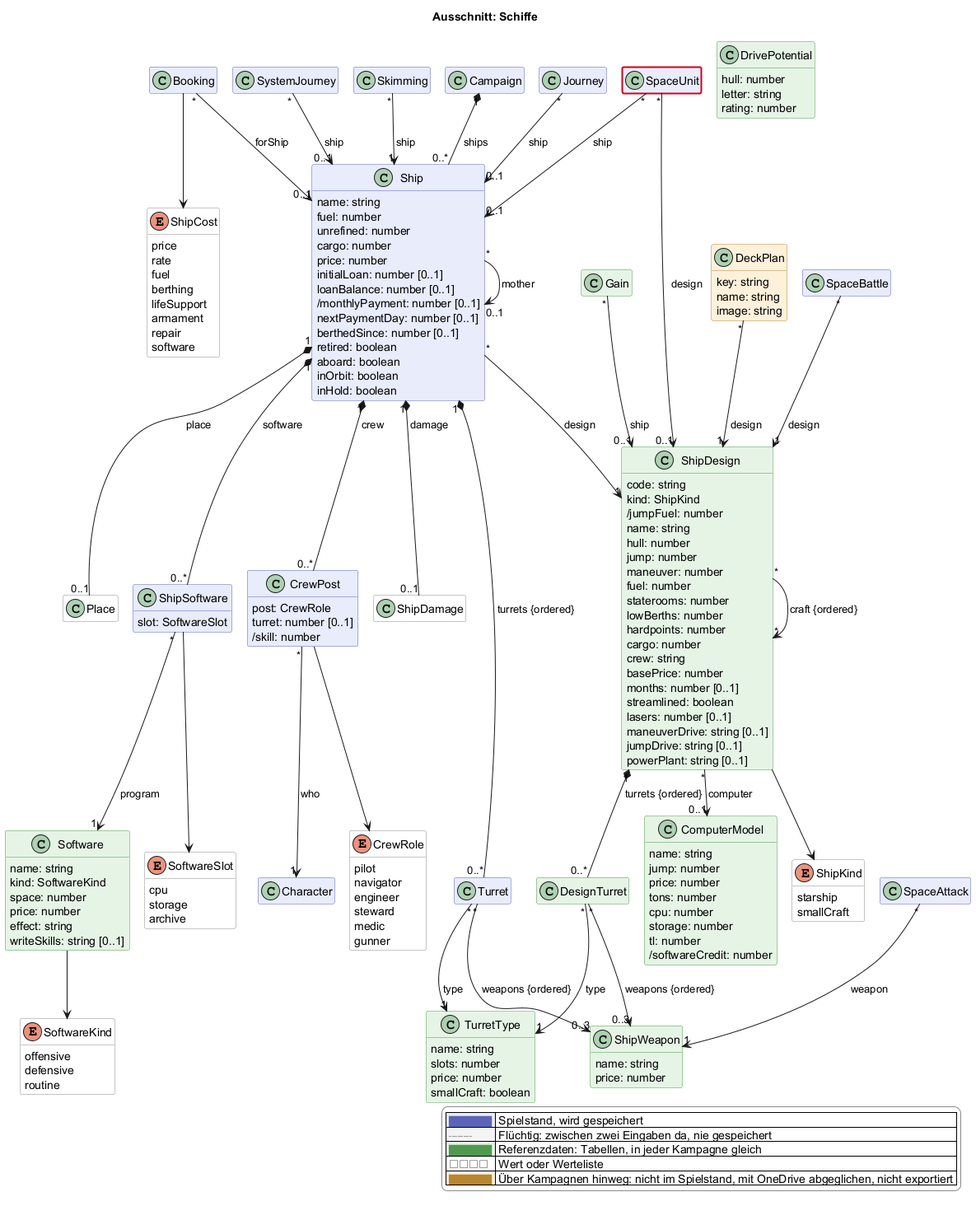
Before: docs/views/schiffe.png, a diagram exported from PlantUML (scuzzar/SRE).
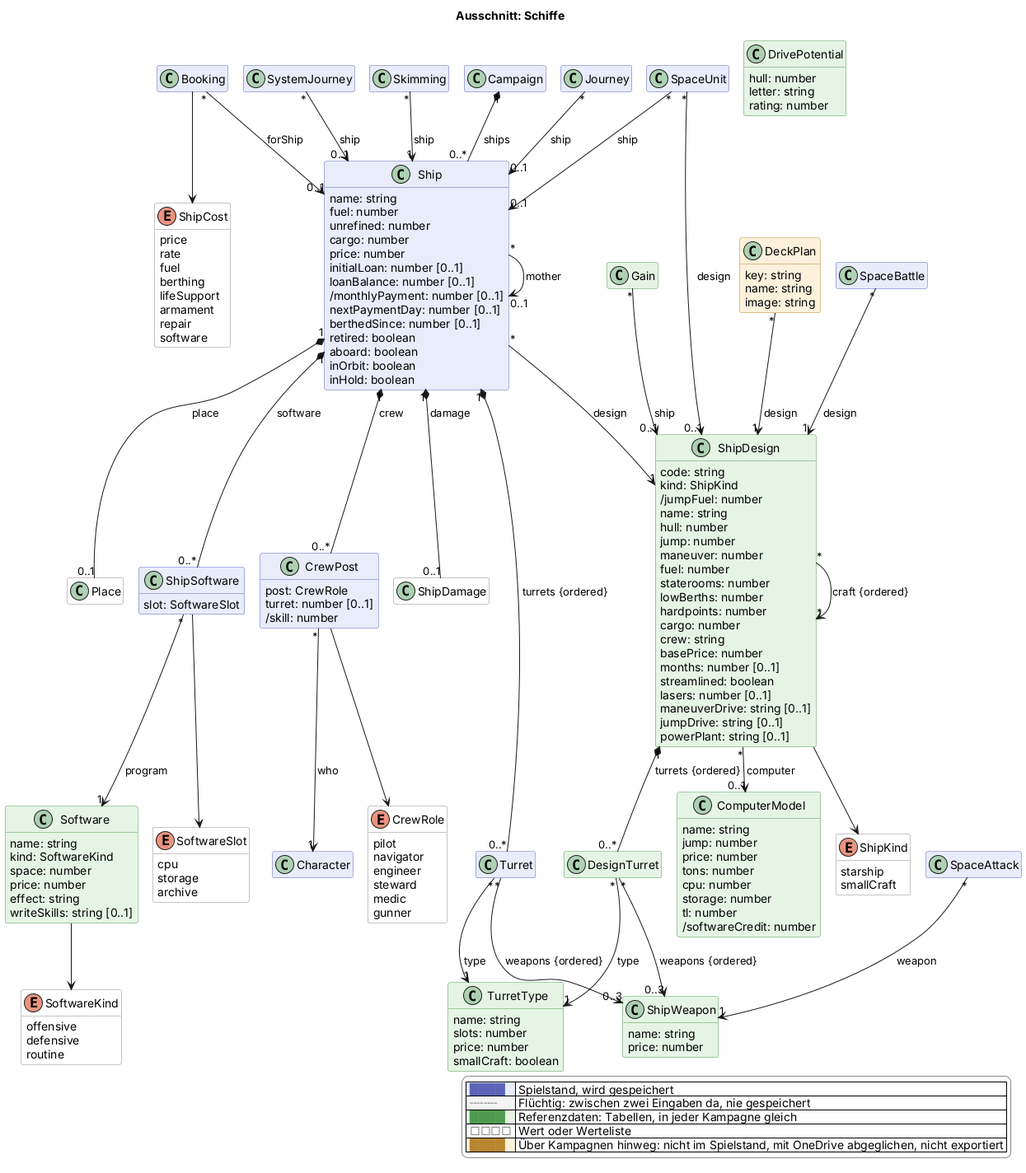
Above is the later version.

Diff of the diagram source:
```diff
@@ -265,5 +265,4 @@
   |<#ffffff> <color:#8a8a8a>□□□□</color> | Wert oder Werteliste |
   |<#fdf1dc> <color:#b8862e>████</color> | Über Kampagnen hinweg: nicht im Spielstand, mit OneDrive abgeglichen, nicht exportiert |
 endlegend
-class SpaceUnit #line:d0021b;line.bold
 @enduml
```
